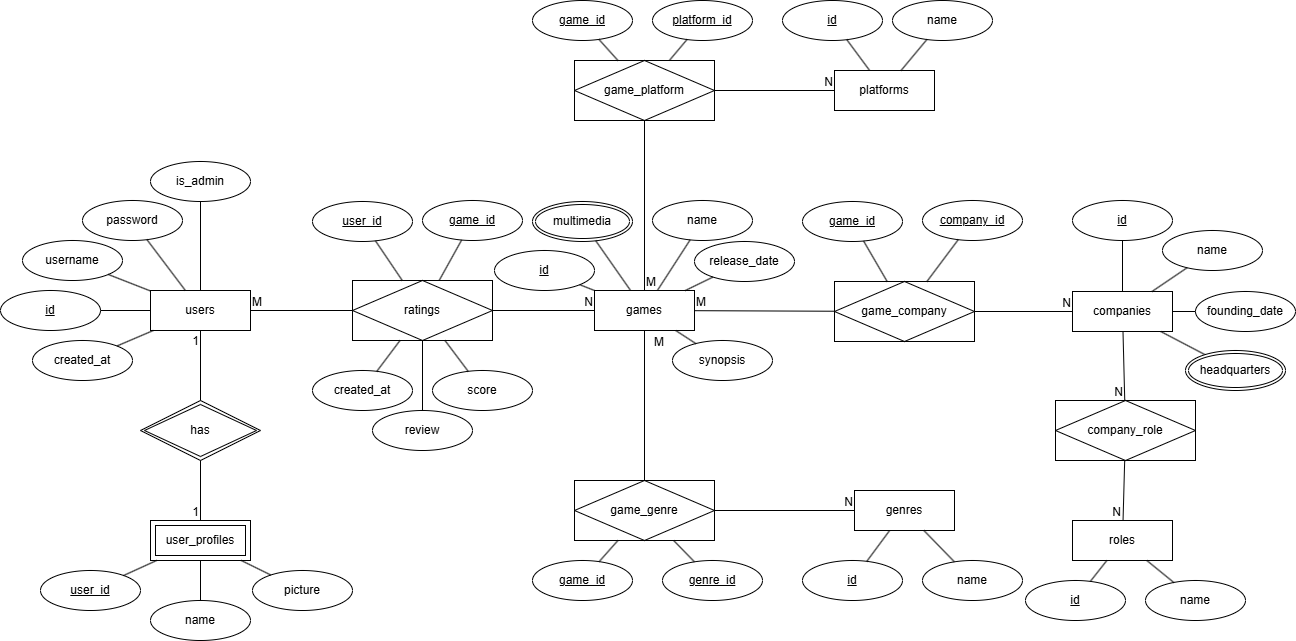
billdansr/sweet-potato keeps this draw.io diagram as docs/Entity Relationship Diagram.png. Above is the earlier version. Source tidied: cells renumbered, new cells last; positions are measured from the earlier drawing's top-left corner, leaving out a move shared by most shapes.
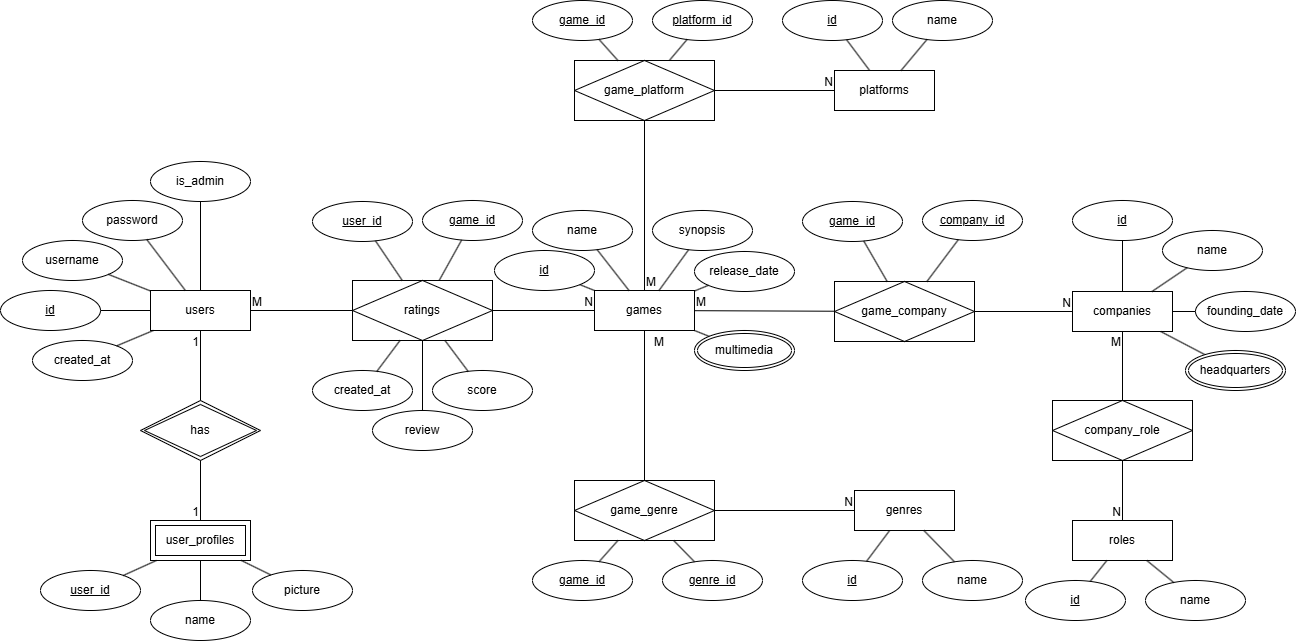
After the commit.

What changed in the source:
```diff
@@ -54,10 +54,10 @@
       <mxGeometry x="432" y="370" width="100" height="40" as="geometry" />
     </mxCell>
     <mxCell id="19" value="name" style="ellipse;whiteSpace=wrap;html=1;align=center;" parent="1" vertex="1">
-      <mxGeometry x="652" y="200" width="100" height="40" as="geometry" />
+      <mxGeometry x="532" y="210" width="100" height="40" as="geometry" />
     </mxCell>
     <mxCell id="20" value="release_date" style="ellipse;whiteSpace=wrap;html=1;align=center;" parent="1" vertex="1">
-      <mxGeometry x="694" y="241" width="100" height="40" as="geometry" />
+      <mxGeometry x="694" y="251" width="100" height="40" as="geometry" />
     </mxCell>
     <mxCell id="21" style="endArrow=none;html=1;rounded=0;" parent="1" edge="1" source="14" target="2">
       <mxGeometry relative="1" as="geometry" />
@@ -93,7 +93,7 @@
       <mxGeometry relative="1" as="geometry" />
     </mxCell>
     <mxCell id="32" value="synopsis" style="ellipse;whiteSpace=wrap;html=1;align=center;" parent="1" vertex="1">
-      <mxGeometry x="672" y="340" width="100" height="40" as="geometry" />
+      <mxGeometry x="652" y="210" width="100" height="40" as="geometry" />
     </mxCell>
     <mxCell id="33" style="endArrow=none;html=1;rounded=0;" parent="1" edge="1" source="32" target="3">
       <mxGeometry relative="1" as="geometry" />
@@ -266,7 +266,7 @@
       <mxGeometry relative="1" as="geometry" />
     </mxCell>
     <mxCell id="88" value="multimedia" style="ellipse;shape=doubleEllipse;margin=3;whiteSpace=wrap;html=1;align=center;" parent="1" vertex="1">
-      <mxGeometry x="532" y="201" width="100" height="40" as="geometry" />
+      <mxGeometry x="694" y="330" width="100" height="40" as="geometry" />
     </mxCell>
     <mxCell id="89" style="endArrow=none;html=1;rounded=0;" parent="1" edge="1" source="88" target="3">
       <mxGeometry relative="1" as="geometry" />
@@ -310,7 +310,7 @@
       <mxGeometry relative="1" as="geometry" />
     </mxCell>
     <mxCell id="102" value="company_role" style="shape=associativeEntity;whiteSpace=wrap;html=1;align=center;" parent="1" vertex="1">
-      <mxGeometry x="1055" y="400" width="140" height="60" as="geometry" />
+      <mxGeometry x="1052" y="400" width="140" height="60" as="geometry" />
     </mxCell>
     <mxCell id="103" value="roles" style="whiteSpace=wrap;html=1;align=center;" parent="1" vertex="1">
       <mxGeometry x="1072" y="520" width="100" height="40" as="geometry" />
@@ -333,11 +333,13 @@
     <mxCell id="109" value="N" style="html=1;whiteSpace=wrap;align=right;verticalAlign=bottom;" parent="108" vertex="1">
       <mxGeometry x="1" relative="1" as="geometry" />
     </mxCell>
-    <mxCell id="110" style="endArrow=none;html=1;rounded=0;" parent="1" edge="1" source="34" target="102">
+    <mxCell id="110" style="endArrow=none;html=1;rounded=0;" parent="1" edge="1" source="102" target="34">
       <mxGeometry relative="1" as="geometry" />
     </mxCell>
-    <mxCell id="111" value="N" style="html=1;whiteSpace=wrap;align=right;verticalAlign=bottom;" parent="110" vertex="1">
-      <mxGeometry x="1" relative="1" as="geometry" />
+    <mxCell id="111" value="M" style="html=1;whiteSpace=wrap;align=right;verticalAlign=bottom;" parent="110" vertex="1">
+      <mxGeometry x="1" relative="1" as="geometry">
+        <mxPoint y="19" as="offset" />
+      </mxGeometry>
     </mxCell>
   </root>
 </mxGraphModel>
```
